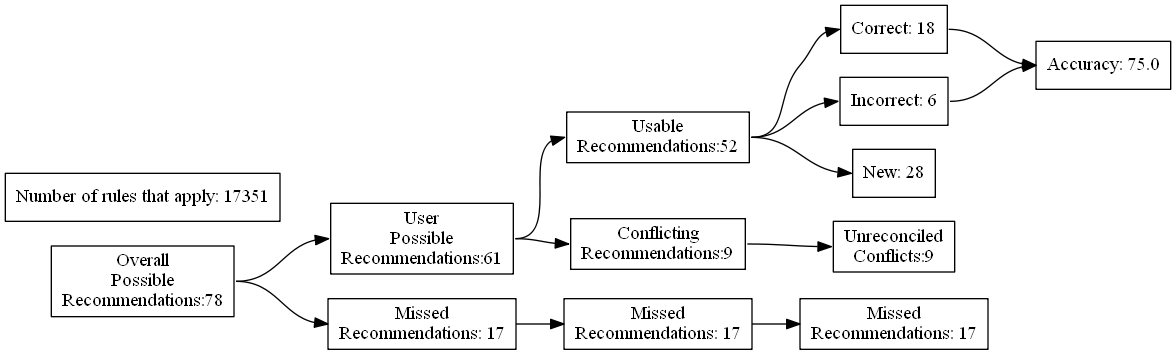
Above: test_renders/81.gv.png in ZaxR/ibd_diet_analysis (Graphviz), before the change. Its source is kept beside it as test_renders/81.gv.
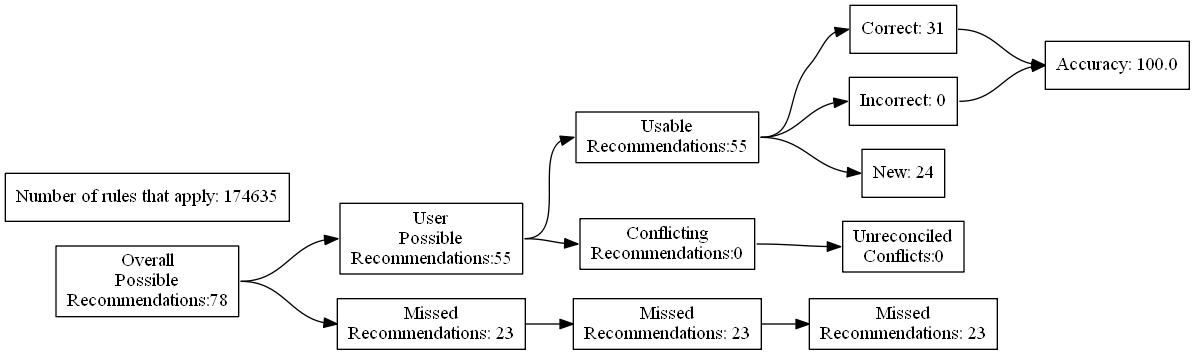
The same diagram one commit later.

What changed in the source:
```diff
@@ -7,24 +7,24 @@
 Recommendations:78"]
 		B [label="User
 Possible
-Recommendations:61"]
+Recommendations:55"]
 		C [label="Missed
-Recommendations: 17"]
+Recommendations: 23"]
 		D [label="Usable
-Recommendations:52"]
+Recommendations:55"]
 		E [label="Conflicting
-Recommendations:9"]
+Recommendations:0"]
 		J [label="Missed
-Recommendations: 17"]
+Recommendations: 23"]
 		M [label="Unreconciled
-Conflicts:9"]
-		F [label="Correct: 18"]
-		G [label="Incorrect: 6"]
-		H [label="New: 28"]
+Conflicts:0"]
+		F [label="Correct: 31"]
+		G [label="Incorrect: 0"]
+		H [label="New: 24"]
 		K [label="Missed
-Recommendations: 17"]
-		I [label="Accuracy: 75.0"]
-		l [label="Number of rules that apply: 17351"]
+Recommendations: 23"]
+		I [label="Accuracy: 100.0"]
+		l [label="Number of rules that apply: 174635"]
 			A -> B
 			A -> C
 			B -> D
```
